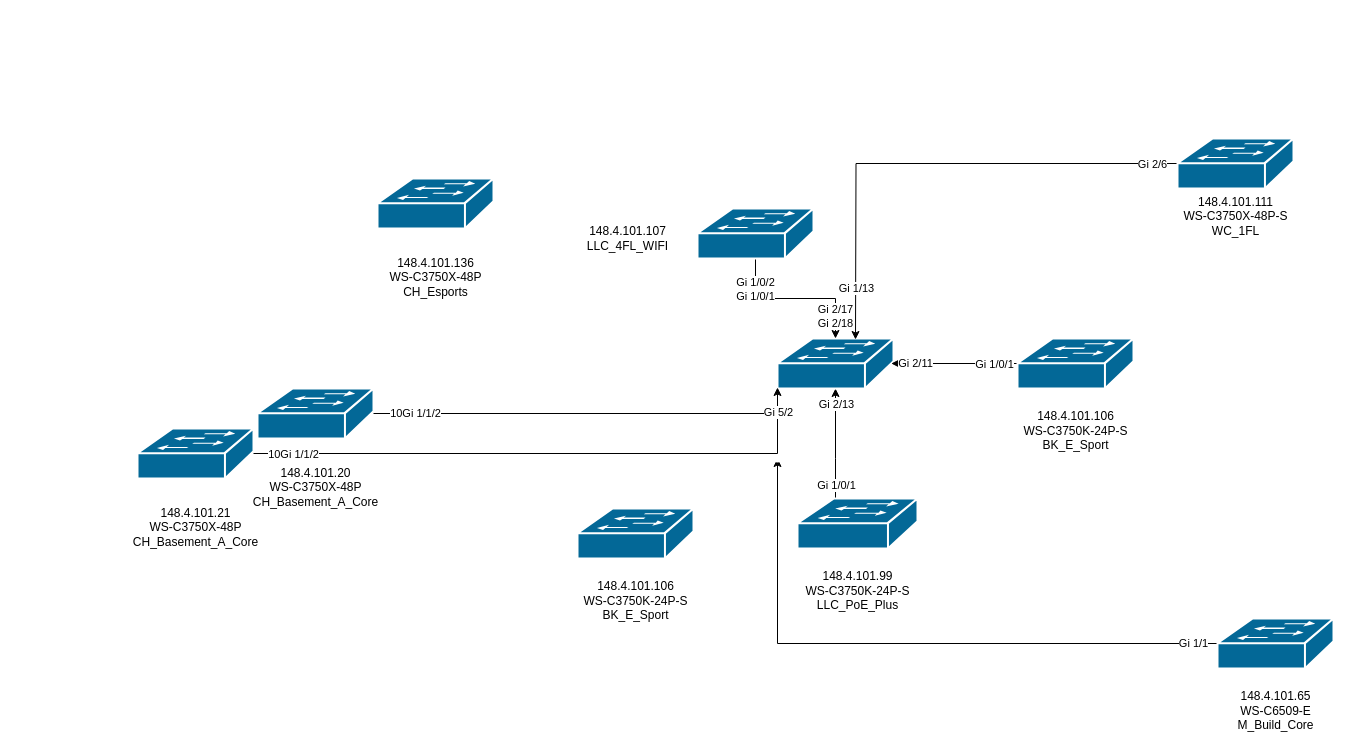
This is Untitled Diagram.drawio from DiceBanga/Network-Automation, a draw.io file, before an edit. Source tidied: cells renumbered, new cells numbered last; positions are measured from the earlier drawing's top-left corner, leaving out a move shared by most shapes. Both pictures are drawn from the tidied source at 100%, with x=0, y=0 at pixel (137, 138).
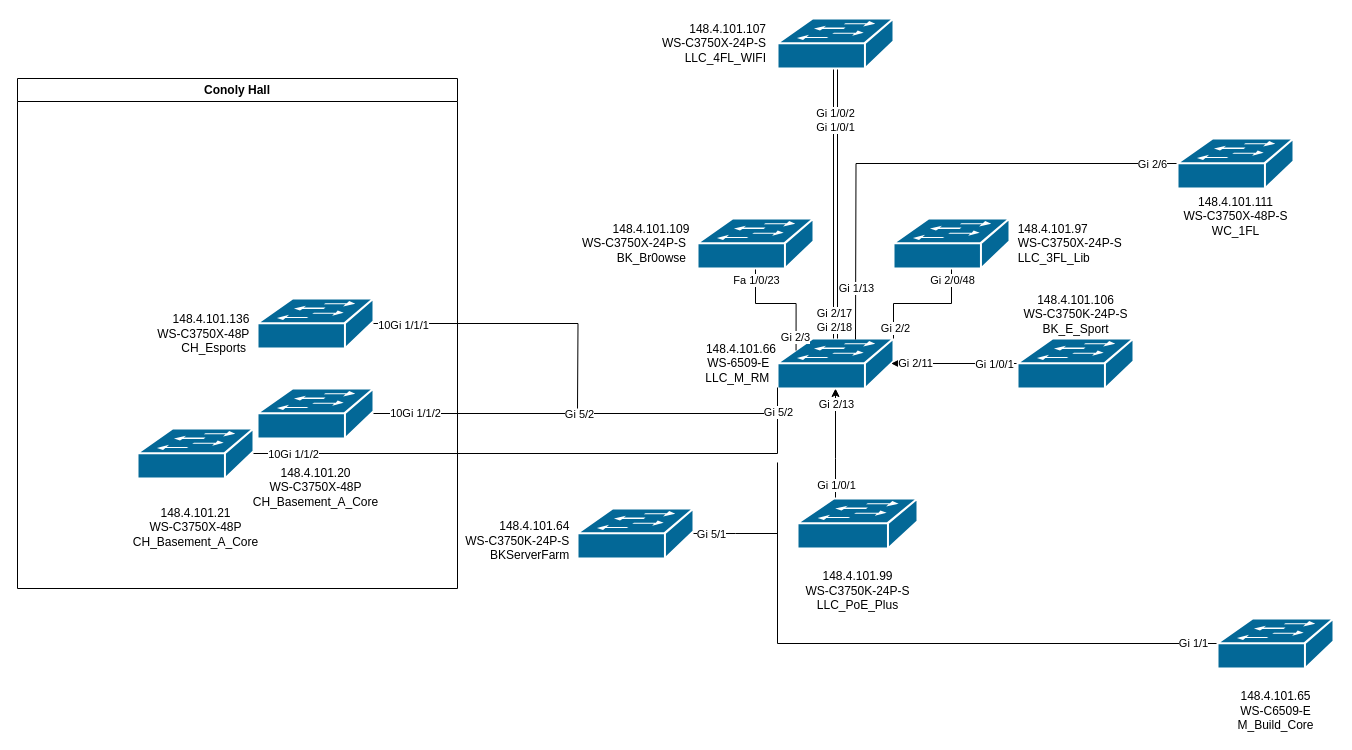
After the change.

The change refers to these unchanged cells:
```xml
<mxCell id="7" style="edgeStyle=orthogonalEdgeStyle;rounded=0;jettySize=auto;html=1;" parent="1" edge="1" source="9">
  <mxGeometry relative="1" as="geometry">
    <mxPoint x="640" y="280" as="targetPoint" />
    <Array as="points">
      <mxPoint x="640" y="275" />
    </Array>
  </mxGeometry>
</mxCell>
<mxCell id="17" value="&lt;table width=&quot;165&quot; cellspacing=&quot;0&quot; cellpadding=&quot;0&quot; border=&quot;0&quot;&gt;&lt;tbody&gt;&lt;tr style=&quot;height:15.75pt&quot; height=&quot;21&quot;&gt;&lt;td style=&quot;height:15.75pt;width:124pt&quot; width=&quot;165&quot; class=&quot;xl66&quot; height=&quot;21&quot;&gt;&lt;/td&gt;&lt;/tr&gt;&lt;/tbody&gt;&lt;/table&gt;148.4.101.21&lt;br&gt;WS-C3750X-48P&lt;br&gt;CH_Basement_A_Core" style="shape=mxgraph.cisco.switches.workgroup_switch;sketch=0;html=1;dashed=0;fillColor=#036897;strokeColor=#ffffff;strokeWidth=2;verticalLabelPosition=bottom;verticalAlign=top;align=center;outlineConnect=0;" parent="1" vertex="1">
  <mxGeometry y="290" width="116" height="50" as="geometry" />
</mxCell>
<mxCell id="21" value="148.4.101.111&lt;br&gt;WS-C3750X-48P-S&lt;br&gt;WC_1FL" style="shape=mxgraph.cisco.switches.workgroup_switch;sketch=0;html=1;dashed=0;fillColor=#036897;strokeColor=#ffffff;strokeWidth=2;verticalLabelPosition=bottom;verticalAlign=top;align=center;outlineConnect=0;" parent="1" vertex="1">
  <mxGeometry x="1040" width="116" height="50" as="geometry" />
</mxCell>
<mxCell id="30" value="&lt;br&gt;148.4.101.65&lt;br&gt;WS-C6509-E&lt;br&gt;M_Build_Core" style="shape=mxgraph.cisco.switches.workgroup_switch;sketch=0;html=1;dashed=0;fillColor=#036897;strokeColor=#ffffff;strokeWidth=2;verticalLabelPosition=bottom;verticalAlign=top;align=center;outlineConnect=0;" parent="1" vertex="1">
  <mxGeometry x="1080" y="480" width="116" height="50" as="geometry" />
</mxCell>
<mxCell id="31" style="shape=waypoint;sketch=0;size=6;points=[];fillColor=#036897;perimeter=centerPerimeter;snapToPoint=1;verticalAlign=top;strokeColor=#ffffff;dashed=0;strokeWidth=2;" parent="1" vertex="1">
  <mxGeometry x="620" y="300" width="40" height="40" as="geometry" />
</mxCell>
```

Change to the diagram source:
```diff
@@
-    <mxCell id="6" style="shape=mxgraph.cisco.switches.workgroup_switch;sketch=0;html=1;dashed=0;fillColor=#036897;strokeColor=#ffffff;strokeWidth=2;verticalLabelPosition=bottom;verticalAlign=top;align=center;outlineConnect=0;" parent="1" vertex="1">
+    <mxCell id="6" value="148.4.101.66&lt;br&gt;WS-6509-E&amp;nbsp;&amp;nbsp;&lt;br&gt;LLC_M_RM&amp;nbsp;&amp;nbsp;" style="shape=mxgraph.cisco.switches.workgroup_switch;sketch=0;html=1;dashed=0;fillColor=#036897;strokeColor=#ffffff;strokeWidth=2;verticalLabelPosition=middle;verticalAlign=middle;align=right;outlineConnect=0;labelPosition=left;points=[[0,0.5,0,0,0],[0,0.98,0,0,0],[0.16,0.24,0,0,0],[0.5,0,0,0,0],[0.5,0.98,0,0,0],[0.87,0.74,0,0,0],[0.98,0.5,0,0,0],[1,0,0,0,0]];" parent="1" vertex="1">
       <mxGeometry x="640" y="200" width="116" height="50" as="geometry" />
     </mxCell>
@@
+    <mxCell id="33" value="Gi 5/2" style="edgeLabel;html=1;align=center;verticalAlign=middle;" parent="7" vertex="1">
+      <mxGeometry relative="1" as="geometry" />
+    </mxCell>
@@
-    <mxCell id="13" value="&lt;br&gt;148.4.101.106&lt;br&gt;WS-C3750K-24P-S&lt;br&gt;BK_E_Sport" style="shape=mxgraph.cisco.switches.workgroup_switch;sketch=0;html=1;dashed=0;fillColor=#036897;strokeColor=#ffffff;strokeWidth=2;verticalLabelPosition=bottom;verticalAlign=top;align=center;outlineConnect=0;" parent="1" vertex="1">
+    <mxCell id="13" value="&lt;br&gt;148.4.101.106&lt;br&gt;WS-C3750K-24P-S&lt;br&gt;BK_E_Sport" style="shape=mxgraph.cisco.switches.workgroup_switch;sketch=0;html=1;dashed=0;fillColor=#036897;strokeColor=#ffffff;strokeWidth=2;verticalLabelPosition=top;verticalAlign=bottom;align=center;outlineConnect=0;labelPosition=center;" parent="1" vertex="1">
       <mxGeometry x="880" y="200" width="116" height="50" as="geometry" />
     </mxCell>
-    <mxCell id="14" style="edgeStyle=orthogonalEdgeStyle;rounded=0;jettySize=auto;html=1;entryX=0;entryY=0.98;entryDx=0;entryDy=0;entryPerimeter=0;" parent="1" edge="1" source="17" target="6">
+    <mxCell id="14" style="edgeStyle=orthogonalEdgeStyle;rounded=0;jettySize=auto;html=1;entryX=0;entryY=0.98;entryDx=0;entryDy=0;entryPerimeter=0;endArrow=none;endFill=0;" parent="1" edge="1" source="17" target="6">
       <mxGeometry relative="1" as="geometry">
         <Array as="points">
           <mxPoint x="640" y="315" />
         </Array>
       </mxGeometry>
     </mxCell>
@@
-    <mxCell id="18" style="edgeStyle=orthogonalEdgeStyle;rounded=0;jettySize=auto;html=1;entryX=0.5;entryY=0;entryDx=0;entryDy=0;entryPerimeter=0;exitX=0;exitY=0.5;exitDx=0;exitDy=0;exitPerimeter=0;" parent="1" edge="1" source="21">
+    <mxCell id="18" style="edgeStyle=orthogonalEdgeStyle;rounded=0;jettySize=auto;html=1;entryX=0.5;entryY=0;entryDx=0;entryDy=0;entryPerimeter=0;exitX=0;exitY=0.5;exitDx=0;exitDy=0;exitPerimeter=0;endArrow=none;endFill=0;" parent="1" edge="1" source="21">
       <mxGeometry relative="1" as="geometry">
         <mxPoint x="718" y="201" as="targetPoint" />
       </mxGeometry>
     </mxCell>
@@
+    <mxCell id="34" style="edgeStyle=orthogonalEdgeStyle;rounded=0;jettySize=auto;html=1;endArrow=none;endFill=0;" parent="1" edge="1" source="22">
+      <mxGeometry relative="1" as="geometry">
+        <mxPoint x="440" y="270" as="targetPoint" />
+      </mxGeometry>
+    </mxCell>
+    <mxCell id="35" value="10Gi 1/1/1" style="edgeLabel;html=1;align=center;verticalAlign=middle;" parent="34" vertex="1">
+      <mxGeometry x="-0.65" y="-1" relative="1" as="geometry">
+        <mxPoint x="-22" as="offset" />
+      </mxGeometry>
+    </mxCell>
-    <mxCell id="22" value="&lt;table width=&quot;165&quot; cellspacing=&quot;0&quot; cellpadding=&quot;0&quot; border=&quot;0&quot;&gt;&lt;tbody&gt;&lt;tr style=&quot;height:15.75pt&quot; height=&quot;21&quot;&gt;&lt;td style=&quot;height:15.75pt;width:124pt&quot; width=&quot;165&quot; class=&quot;xl66&quot; height=&quot;21&quot;&gt;&lt;/td&gt;&lt;/tr&gt;&lt;/tbody&gt;&lt;/table&gt;148.4.101.136&lt;br&gt;WS-C3750X-48P&lt;br&gt;CH_Esports" style="shape=mxgraph.cisco.switches.workgroup_switch;sketch=0;html=1;dashed=0;fillColor=#036897;strokeColor=#ffffff;strokeWidth=2;verticalLabelPosition=bottom;verticalAlign=top;align=center;outlineConnect=0;" parent="1" vertex="1">
-      <mxGeometry x="240" y="40" width="116" height="50" as="geometry" />
+    <mxCell id="22" value="&lt;table width=&quot;165&quot; cellspacing=&quot;0&quot; cellpadding=&quot;0&quot; border=&quot;0&quot;&gt;&lt;tbody&gt;&lt;tr style=&quot;height:15.75pt&quot; height=&quot;21&quot;&gt;&lt;td style=&quot;height:15.75pt;width:124pt&quot; width=&quot;165&quot; class=&quot;xl66&quot; height=&quot;21&quot;&gt;&lt;/td&gt;&lt;/tr&gt;&lt;/tbody&gt;&lt;/table&gt;148.4.101.136&amp;nbsp;&amp;nbsp;&lt;br&gt;WS-C3750X-48P&amp;nbsp;&amp;nbsp;&lt;br&gt;CH_Esports&amp;nbsp; &amp;nbsp;" style="shape=mxgraph.cisco.switches.workgroup_switch;sketch=0;html=1;dashed=0;fillColor=#036897;strokeColor=#ffffff;strokeWidth=2;verticalLabelPosition=middle;verticalAlign=middle;align=right;outlineConnect=0;labelPosition=left;" parent="1" vertex="1">
+      <mxGeometry x="120" y="160" width="116" height="50" as="geometry" />
     </mxCell>
-    <mxCell id="23" style="edgeStyle=orthogonalEdgeStyle;rounded=0;jettySize=auto;html=1;" parent="1" edge="1" source="26" target="6">
+    <mxCell id="23" style="edgeStyle=orthogonalEdgeStyle;rounded=0;jettySize=auto;html=1;shape=link;" parent="1" edge="1" source="26" target="6">
       <mxGeometry relative="1" as="geometry" />
     </mxCell>
@@
     <mxCell id="25" value="Gi 2/17&lt;br&gt;Gi 2/18" style="edgeLabel;html=1;align=center;verticalAlign=middle;" parent="23" vertex="1">
       <mxGeometry x="0.65" y="-1" relative="1" as="geometry">
-        <mxPoint y="5" as="offset" />
+        <mxPoint x="-1" y="28" as="offset" />
       </mxGeometry>
     </mxCell>
-    <mxCell id="26" style="shape=mxgraph.cisco.switches.workgroup_switch;sketch=0;html=1;dashed=0;fillColor=#036897;strokeColor=#ffffff;strokeWidth=2;verticalLabelPosition=bottom;verticalAlign=top;align=center;outlineConnect=0;" parent="1" vertex="1">
-      <mxGeometry x="560" y="70" width="116" height="50" as="geometry" />
+    <mxCell id="26" value="&lt;div style=&quot;&quot;&gt;&lt;span style=&quot;background-color: initial; color: rgb(0, 0, 0); --darkreader-inline-bgcolor: initial; --darkreader-inline-color:#e8e6e3;&quot;&gt;148.4.101.107&amp;nbsp; &amp;nbsp;&lt;/span&gt;&lt;/div&gt;WS-C3750X-24P-S&amp;nbsp; &amp;nbsp;&lt;br&gt;LLC_4FL_WIFI&amp;nbsp; &amp;nbsp;" style="shape=mxgraph.cisco.switches.workgroup_switch;sketch=0;html=1;dashed=0;fillColor=#036897;strokeColor=#ffffff;strokeWidth=2;verticalLabelPosition=middle;verticalAlign=middle;align=right;outlineConnect=0;labelPosition=left;" parent="1" vertex="1">
+      <mxGeometry x="640" y="-120" width="116" height="50" as="geometry" />
     </mxCell>
-    <mxCell id="27" value="148.4.101.107&lt;br&gt;LLC_4FL_WIFI" style="text;html=1;align=center;verticalAlign=middle;strokeColor=none;fillColor=none;" parent="1" vertex="1">
-      <mxGeometry x="440" y="80" width="100" height="40" as="geometry" />
-    </mxCell>
-    <mxCell id="28" style="edgeStyle=orthogonalEdgeStyle;rounded=0;jettySize=auto;html=1;" parent="1" edge="1" source="30" target="31">
+    <mxCell id="28" style="edgeStyle=orthogonalEdgeStyle;rounded=0;jettySize=auto;html=1;endArrow=none;endFill=0;" parent="1" edge="1" source="30" target="31">
       <mxGeometry relative="1" as="geometry" />
     </mxCell>
@@
+    <mxCell id="36" style="edgeStyle=orthogonalEdgeStyle;rounded=0;jettySize=auto;html=1;endArrow=none;endFill=0;" parent="1" edge="1" source="32">
+      <mxGeometry relative="1" as="geometry">
+        <mxPoint x="640" y="395" as="targetPoint" />
+      </mxGeometry>
+    </mxCell>
+    <mxCell id="37" value="Gi 5/1" style="edgeLabel;html=1;align=center;verticalAlign=middle;" parent="36" vertex="1">
+      <mxGeometry x="-0.73" relative="1" as="geometry">
+        <mxPoint x="6" as="offset" />
+      </mxGeometry>
+    </mxCell>
-    <mxCell id="32" value="&lt;br&gt;148.4.101.106&lt;br&gt;WS-C3750K-24P-S&lt;br&gt;BK_E_Sport" style="shape=mxgraph.cisco.switches.workgroup_switch;sketch=0;html=1;dashed=0;fillColor=#036897;strokeColor=#ffffff;strokeWidth=2;verticalLabelPosition=bottom;verticalAlign=top;align=center;outlineConnect=0;" parent="1" vertex="1">
+    <mxCell id="32" value="&lt;br&gt;148.4.101.64&amp;nbsp;&amp;nbsp;&lt;br&gt;WS-C3750K-24P-S&amp;nbsp;&amp;nbsp;&lt;br&gt;BKServerFarm&amp;nbsp;&amp;nbsp;" style="shape=mxgraph.cisco.switches.workgroup_switch;sketch=0;html=1;dashed=0;fillColor=#036897;strokeColor=#ffffff;strokeWidth=2;verticalLabelPosition=middle;verticalAlign=middle;align=right;outlineConnect=0;labelPosition=left;" parent="1" vertex="1">
       <mxGeometry x="440" y="370" width="116" height="50" as="geometry" />
     </mxCell>
+    <mxCell id="38" value="Conoly Hall" style="swimlane;whiteSpace=wrap;html=1;labelBackgroundColor=#ffffff;" parent="1" vertex="1">
+      <mxGeometry x="-120" y="-60" width="440" height="510" as="geometry" />
+    </mxCell>
+    <mxCell id="39" style="edgeStyle=orthogonalEdgeStyle;rounded=0;jettySize=auto;html=1;entryX=0.16;entryY=0.24;entryDx=0;entryDy=0;entryPerimeter=0;endArrow=none;endFill=0;" parent="1" edge="1" source="42" target="6">
+      <mxGeometry relative="1" as="geometry" />
+    </mxCell>
+    <mxCell id="40" value="Fa 1/0/23" style="edgeLabel;html=1;align=center;verticalAlign=middle;" parent="39" vertex="1">
+      <mxGeometry x="-0.58" relative="1" as="geometry">
+        <mxPoint y="-15" as="offset" />
+      </mxGeometry>
+    </mxCell>
+    <mxCell id="41" value="Gi 2/3" style="edgeLabel;html=1;align=center;verticalAlign=middle;" parent="39" vertex="1">
+      <mxGeometry x="0.72" y="-1" relative="1" as="geometry">
+        <mxPoint y="4" as="offset" />
+      </mxGeometry>
+    </mxCell>
+    <mxCell id="42" value="&lt;div style=&quot;&quot;&gt;&lt;span style=&quot;background-color: initial; color: rgb(0, 0, 0); --darkreader-inline-bgcolor: initial; --darkreader-inline-color:#e8e6e3;&quot;&gt;148.4.101.109&amp;nbsp;&amp;nbsp;&lt;/span&gt;&lt;/div&gt;WS-C3750X-24P-S&amp;nbsp; &amp;nbsp;&lt;br&gt;BK_Br0owse&amp;nbsp; &amp;nbsp;" style="shape=mxgraph.cisco.switches.workgroup_switch;sketch=0;html=1;dashed=0;fillColor=#036897;strokeColor=#ffffff;strokeWidth=2;verticalLabelPosition=middle;verticalAlign=middle;align=right;outlineConnect=0;labelPosition=left;" parent="1" vertex="1">
+      <mxGeometry x="560" y="80" width="116" height="50" as="geometry" />
+    </mxCell>
+    <mxCell id="43" style="edgeStyle=orthogonalEdgeStyle;rounded=0;jettySize=auto;html=1;entryX=1;entryY=0;entryDx=0;entryDy=0;entryPerimeter=0;endArrow=none;endFill=0;" parent="1" edge="1" source="46" target="6">
+      <mxGeometry relative="1" as="geometry" />
+    </mxCell>
+    <mxCell id="44" value="Gi 2/2" style="edgeLabel;html=1;align=center;verticalAlign=middle;" parent="43" vertex="1">
+      <mxGeometry x="0.52" y="1" relative="1" as="geometry">
+        <mxPoint y="20" as="offset" />
+      </mxGeometry>
+    </mxCell>
+    <mxCell id="45" value="Gi 2/0/48" style="edgeLabel;html=1;align=center;verticalAlign=middle;" parent="43" vertex="1">
+      <mxGeometry x="-0.83" relative="1" as="geometry" />
+    </mxCell>
+    <mxCell id="46" value="&lt;div style=&quot;&quot;&gt;&lt;span style=&quot;background-color: initial; color: rgb(0, 0, 0); --darkreader-inline-bgcolor: initial; --darkreader-inline-color:#e8e6e3;&quot;&gt;&amp;nbsp; 148.4.101.97&amp;nbsp;&amp;nbsp;&lt;/span&gt;&lt;/div&gt;&amp;nbsp; WS-C3750X-24P-S&amp;nbsp; &amp;nbsp;&lt;br&gt;&amp;nbsp; LLC_3FL_Lib&amp;nbsp; &amp;nbsp;" style="shape=mxgraph.cisco.switches.workgroup_switch;sketch=0;html=1;dashed=0;fillColor=#036897;strokeColor=#ffffff;strokeWidth=2;verticalLabelPosition=middle;verticalAlign=middle;align=left;outlineConnect=0;labelPosition=right;" parent="1" vertex="1">
+      <mxGeometry x="756" y="80" width="116" height="50" as="geometry" />
+    </mxCell>
```
